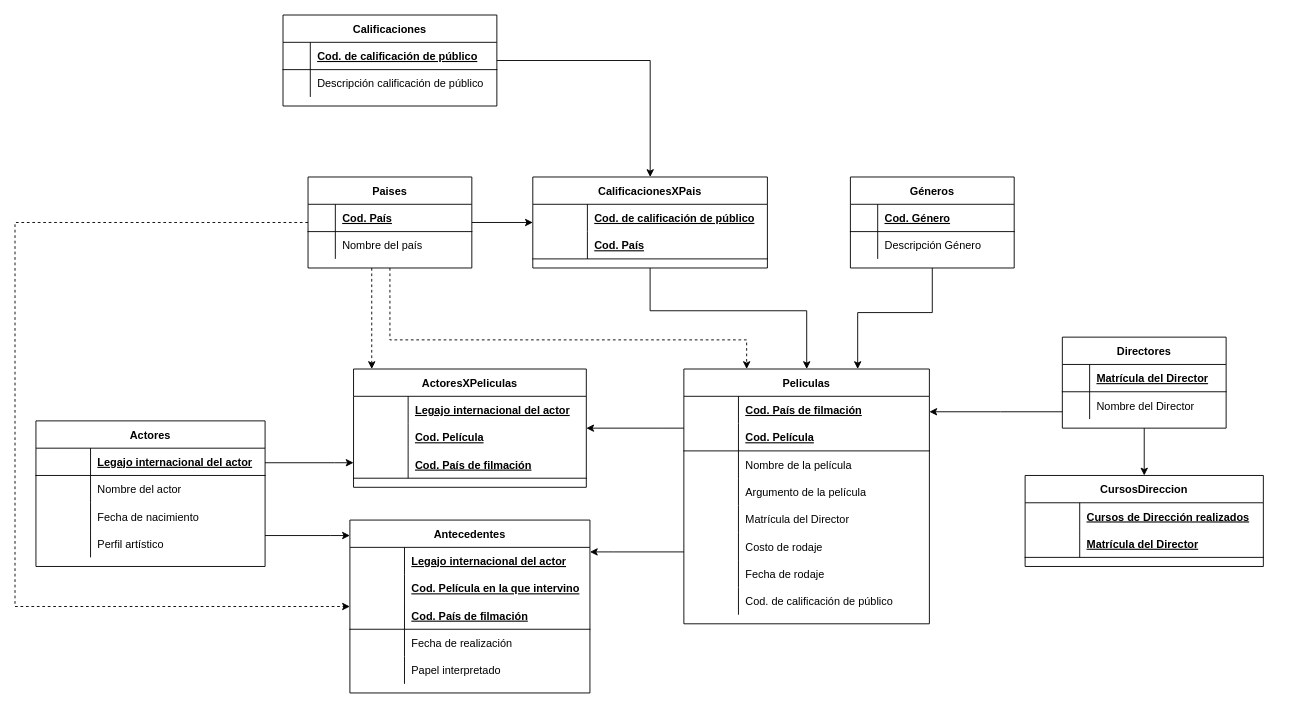
FedericoRocca/DyADDBB_1erCuatrimestre_2021 keeps this draw.io diagram as TPIII_Peliculas/2FN_Peliculas_Puyelli.drawio. Above is the earlier version. Source tidied: cells renumbered, new cells numbered last; positions are measured from the earlier drawing's top-left corner, leaving out a move shared by most shapes. Both pictures are drawn from the tidied source at 91%, with x=0, y=0 at pixel (15, 15).
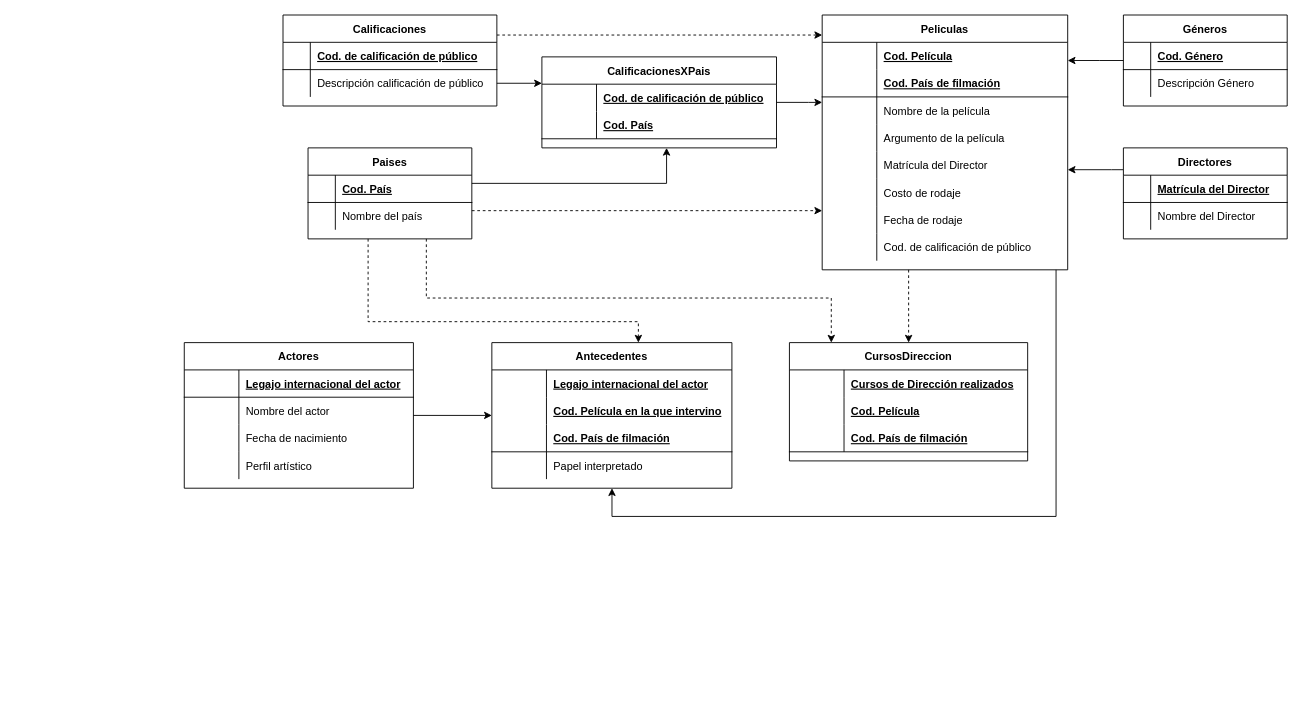
The same page after the edit.

Commit message:
2FN - saco campo MatriculaDirector en CursosDireccion

The change refers to these unchanged cells:
```xml
<mxCell id="5" style="shape=partialRectangle;fillColor=none;top=0;left=0;bottom=0;right=0;" parent="4" vertex="1">
  <mxGeometry y="30" width="269.8" height="30" as="geometry" />
</mxCell>
<mxCell id="8" style="shape=partialRectangle;fillColor=none;top=0;left=0;bottom=1;right=0;" parent="4" vertex="1">
  <mxGeometry y="60" width="269.8" height="30" as="geometry" />
</mxCell>
<mxCell id="96" value="Calificaciones" style="shape=table;startSize=30;childLayout=tableLayout;rowLines=0;fontStyle=1;align=center;" parent="1" vertex="1">
  <mxGeometry x="294.5" width="235" height="100" as="geometry" />
</mxCell>
```

Diff of the diagram source:
```diff
@@
-    <mxCell id="2" style="edgeStyle=orthogonalEdgeStyle;rounded=0;jettySize=auto;html=1;" parent="1" edge="1" source="4" target="111">
-      <mxGeometry relative="1" as="geometry">
-        <Array as="points">
-          <mxPoint x="712" y="454" />
-          <mxPoint x="712" y="454" />
-        </Array>
-      </mxGeometry>
-    </mxCell>
     <mxCell id="3" style="edgeStyle=orthogonalEdgeStyle;rounded=0;jettySize=auto;html=1;" parent="1" edge="1" source="4" target="51">
       <mxGeometry relative="1" as="geometry">
         <Array as="points">
-          <mxPoint x="658" y="590" />
-          <mxPoint x="658" y="590" />
+          <mxPoint x="1144" y="551" />
+          <mxPoint x="656" y="551" />
         </Array>
       </mxGeometry>
     </mxCell>
+    <mxCell id="121" style="edgeStyle=orthogonalEdgeStyle;rounded=0;jettySize=auto;html=1;dashed=1;" parent="1" edge="1" source="4" target="29">
+      <mxGeometry relative="1" as="geometry">
+        <Array as="points">
+          <mxPoint x="982" y="301" />
+          <mxPoint x="982" y="301" />
+        </Array>
+      </mxGeometry>
+    </mxCell>
     <mxCell id="4" value="Peliculas" style="shape=table;startSize=30;childLayout=tableLayout;rowLines=0;fontStyle=1;align=center;" parent="1" vertex="1">
-      <mxGeometry x="735" y="389" width="269.8" height="280" as="geometry" />
+      <mxGeometry x="887" width="269.8" height="280" as="geometry" />
     </mxCell>
@@
-    <mxCell id="7" value="Cod. País de filmación" style="shape=partialRectangle;fillColor=none;top=0;left=0;bottom=0;right=0;align=left;spacingLeft=6;fontStyle=5;overflow=hidden;" parent="5" vertex="1">
+    <mxCell id="7" value="Cod. Película" style="shape=partialRectangle;fillColor=none;top=0;left=0;bottom=0;right=0;align=left;spacingLeft=6;fontStyle=5;overflow=hidden;" parent="5" vertex="1">
       <mxGeometry x="60" width="209.8" height="30" as="geometry" />
     </mxCell>
@@
-    <mxCell id="10" value="Cod. Película" style="shape=partialRectangle;fillColor=none;top=0;left=0;bottom=0;right=0;align=left;spacingLeft=6;fontStyle=5;overflow=hidden;" parent="8" vertex="1">
+    <mxCell id="10" value="Cod. País de filmación" style="shape=partialRectangle;fillColor=none;top=0;left=0;bottom=0;right=0;align=left;spacingLeft=6;fontStyle=5;overflow=hidden;" parent="8" vertex="1">
       <mxGeometry x="60" width="209.8" height="30" as="geometry" />
     </mxCell>
@@
     <mxCell id="29" value="CursosDireccion" style="shape=table;startSize=30;childLayout=tableLayout;rowLines=0;fontStyle=1;align=center;" parent="1" vertex="1">
-      <mxGeometry x="1110" y="506" width="261.8" height="100" as="geometry" />
+      <mxGeometry x="851" y="360" width="261.8" height="130" as="geometry" />
     </mxCell>
@@
+    <mxCell id="122" style="shape=partialRectangle;fillColor=none;top=0;left=0;bottom=0;right=0;" parent="29" vertex="1">
+      <mxGeometry y="60" width="261.8" height="30" as="geometry" />
+    </mxCell>
+    <mxCell id="123" style="shape=partialRectangle;fillColor=none;top=0;left=0;bottom=0;right=0;fontStyle=1;overflow=hidden;" parent="122" vertex="1">
+      <mxGeometry width="60" height="30" as="geometry" />
+    </mxCell>
+    <mxCell id="117" value="Cod. Película" style="shape=partialRectangle;fillColor=none;top=0;left=0;bottom=0;right=0;align=left;spacingLeft=6;fontStyle=5;overflow=hidden;" parent="122" vertex="1">
+      <mxGeometry x="60" width="201.8" height="30" as="geometry" />
+    </mxCell>
     <mxCell id="33" style="shape=partialRectangle;fillColor=none;top=0;left=0;bottom=1;right=0;" parent="29" vertex="1">
-      <mxGeometry y="60" width="261.8" height="30" as="geometry" />
+      <mxGeometry y="90" width="261.8" height="30" as="geometry" />
     </mxCell>
@@
-    <mxCell id="35" value="Matrícula del Director" style="shape=partialRectangle;fillColor=none;top=0;left=0;bottom=0;right=0;align=left;spacingLeft=6;fontStyle=5;overflow=hidden;" parent="33" vertex="1">
+    <mxCell id="35" value="Cod. País de filmación" style="shape=partialRectangle;fillColor=none;top=0;left=0;bottom=0;right=0;align=left;spacingLeft=6;fontStyle=5;overflow=hidden;" parent="33" vertex="1">
       <mxGeometry x="60" width="201.8" height="30" as="geometry" />
     </mxCell>
-    <mxCell id="36" style="edgeStyle=orthogonalEdgeStyle;rounded=0;jettySize=auto;html=1;" parent="1" edge="1" source="38" target="111">
-      <mxGeometry relative="1" as="geometry">
-        <Array as="points">
-          <mxPoint x="351" y="492" />
-          <mxPoint x="351" y="492" />
-        </Array>
-      </mxGeometry>
-    </mxCell>
     <mxCell id="37" style="edgeStyle=orthogonalEdgeStyle;rounded=0;jettySize=auto;html=1;" parent="1" edge="1" source="38" target="51">
       <mxGeometry relative="1" as="geometry">
         <Array as="points">
-          <mxPoint x="347" y="572" />
-          <mxPoint x="347" y="572" />
+          <mxPoint x="355" y="439" />
+          <mxPoint x="355" y="439" />
         </Array>
       </mxGeometry>
     </mxCell>
     <mxCell id="38" value="Actores" style="shape=table;startSize=30;childLayout=tableLayout;rowLines=0;fontStyle=1;align=center;" parent="1" vertex="1">
-      <mxGeometry x="23" y="446" width="251.8" height="160" as="geometry" />
+      <mxGeometry x="186" y="360" width="251.8" height="160" as="geometry" />
     </mxCell>
@@
     <mxCell id="51" value="Antecedentes" style="shape=table;startSize=30;childLayout=tableLayout;rowLines=0;fontStyle=1;align=center;" parent="1" vertex="1">
-      <mxGeometry x="368" y="555" width="263.8" height="190" as="geometry" />
+      <mxGeometry x="524" y="360" width="263.8" height="160" as="geometry" />
     </mxCell>
@@
-    <mxCell id="61" style="shape=partialRectangle;fillColor=none;top=0;left=0;bottom=0;right=0;" parent="51" vertex="1">
-      <mxGeometry y="120" width="263.8" height="30" as="geometry" />
-    </mxCell>
-    <mxCell id="62" style="shape=partialRectangle;fillColor=none;top=0;left=0;bottom=0;right=0;overflow=hidden;" parent="61" vertex="1">
-      <mxGeometry width="60" height="30" as="geometry" />
-    </mxCell>
-    <mxCell id="63" value="Fecha de realización" style="shape=partialRectangle;fillColor=none;top=0;left=0;bottom=0;right=0;align=left;spacingLeft=6;overflow=hidden;" parent="61" vertex="1">
-      <mxGeometry x="60" width="203.8" height="30" as="geometry" />
-    </mxCell>
     <mxCell id="64" style="shape=partialRectangle;fillColor=none;top=0;left=0;bottom=0;right=0;" parent="51" vertex="1">
-      <mxGeometry y="150" width="263.8" height="30" as="geometry" />
+      <mxGeometry y="120" width="263.8" height="30" as="geometry" />
     </mxCell>
@@
     <mxCell id="67" style="edgeStyle=orthogonalEdgeStyle;rounded=0;jettySize=auto;html=1;" parent="1" edge="1" source="71" target="104">
-      <mxGeometry relative="1" as="geometry" />
+      <mxGeometry relative="1" as="geometry">
+        <Array as="points">
+          <mxPoint x="716" y="185" />
+        </Array>
+      </mxGeometry>
     </mxCell>
     <mxCell id="68" style="edgeStyle=orthogonalEdgeStyle;rounded=0;jettySize=auto;html=1;dashed=1;" parent="1" edge="1" source="71" target="4">
       <mxGeometry relative="1" as="geometry">
         <Array as="points">
-          <mxPoint x="412" y="357" />
-          <mxPoint x="804" y="357" />
+          <mxPoint x="695" y="215" />
+          <mxPoint x="695" y="215" />
         </Array>
       </mxGeometry>
     </mxCell>
-    <mxCell id="69" style="edgeStyle=orthogonalEdgeStyle;rounded=0;jettySize=auto;html=1;dashed=1;" parent="1" edge="1" source="71" target="111">
-      <mxGeometry relative="1" as="geometry">
-        <Array as="points">
-          <mxPoint x="392" y="307" />
-          <mxPoint x="392" y="307" />
-        </Array>
-      </mxGeometry>
-    </mxCell>
     <mxCell id="70" style="edgeStyle=orthogonalEdgeStyle;rounded=0;jettySize=auto;html=1;dashed=1;" parent="1" edge="1" source="71" target="51">
       <mxGeometry relative="1" as="geometry">
         <Array as="points">
-          <mxPoint y="228" />
-          <mxPoint y="650" />
+          <mxPoint x="388" y="337" />
+          <mxPoint x="685" y="337" />
         </Array>
       </mxGeometry>
     </mxCell>
+    <mxCell id="124" style="edgeStyle=orthogonalEdgeStyle;rounded=0;jettySize=auto;html=1;dashed=1;" parent="1" edge="1" source="71" target="29">
+      <mxGeometry relative="1" as="geometry">
+        <Array as="points">
+          <mxPoint x="452" y="311" />
+          <mxPoint x="897" y="311" />
+        </Array>
+      </mxGeometry>
+    </mxCell>
     <mxCell id="71" value="Paises" style="shape=table;startSize=30;childLayout=tableLayout;rowLines=0;fontStyle=1;align=center;" parent="1" vertex="1">
-      <mxGeometry x="322" y="178" width="180" height="100" as="geometry" />
+      <mxGeometry x="322" y="146" width="180" height="100" as="geometry" />
     </mxCell>
@@
     <mxCell id="78" style="edgeStyle=orthogonalEdgeStyle;rounded=0;jettySize=auto;html=1;" parent="1" edge="1" source="79" target="4">
       <mxGeometry relative="1" as="geometry">
         <Array as="points">
-          <mxPoint x="1008" y="327" />
-          <mxPoint x="926" y="327" />
+          <mxPoint x="1192" y="50" />
+          <mxPoint x="1192" y="50" />
         </Array>
       </mxGeometry>
     </mxCell>
     <mxCell id="79" value="Géneros" style="shape=table;startSize=30;childLayout=tableLayout;rowLines=0;fontStyle=1;align=center;" parent="1" vertex="1">
-      <mxGeometry x="918" y="178" width="180" height="100" as="geometry" />
+      <mxGeometry x="1218" width="180" height="100" as="geometry" />
     </mxCell>
@@
-    <mxCell id="86" style="edgeStyle=orthogonalEdgeStyle;rounded=0;jettySize=auto;html=1;" parent="1" edge="1" source="88" target="29">
-      <mxGeometry relative="1" as="geometry" />
-    </mxCell>
     <mxCell id="87" style="edgeStyle=orthogonalEdgeStyle;rounded=0;jettySize=auto;html=1;" parent="1" edge="1" source="88" target="4">
       <mxGeometry relative="1" as="geometry">
         <Array as="points">
-          <mxPoint x="1083" y="436" />
-          <mxPoint x="1083" y="436" />
+          <mxPoint x="1205" y="170" />
+          <mxPoint x="1205" y="170" />
         </Array>
       </mxGeometry>
     </mxCell>
     <mxCell id="88" value="Directores" style="shape=table;startSize=30;childLayout=tableLayout;rowLines=0;fontStyle=1;align=center;" parent="1" vertex="1">
-      <mxGeometry x="1150.9" y="354" width="180" height="100" as="geometry" />
+      <mxGeometry x="1218" y="146" width="180" height="100" as="geometry" />
     </mxCell>
@@
     <mxCell id="95" style="edgeStyle=orthogonalEdgeStyle;rounded=0;jettySize=auto;html=1;" parent="1" edge="1" source="96" target="104">
       <mxGeometry relative="1" as="geometry">
         <Array as="points">
-          <mxPoint x="698" y="50" />
+          <mxPoint x="566" y="75" />
+          <mxPoint x="566" y="75" />
         </Array>
       </mxGeometry>
     </mxCell>
+    <mxCell id="125" style="edgeStyle=orthogonalEdgeStyle;rounded=0;jettySize=auto;html=1;dashed=1;" parent="1" edge="1" source="96" target="4">
+      <mxGeometry relative="1" as="geometry">
+        <Array as="points">
+          <mxPoint x="692" y="22" />
+          <mxPoint x="692" y="22" />
+        </Array>
+      </mxGeometry>
+    </mxCell>
@@
     <mxCell id="103" style="edgeStyle=orthogonalEdgeStyle;rounded=0;jettySize=auto;html=1;" parent="1" edge="1" source="104" target="4">
       <mxGeometry relative="1" as="geometry">
         <Array as="points">
-          <mxPoint x="698" y="325" />
-          <mxPoint x="870" y="325" />
+          <mxPoint x="872" y="96" />
+          <mxPoint x="872" y="96" />
         </Array>
       </mxGeometry>
     </mxCell>
     <mxCell id="104" value="CalificacionesXPais" style="shape=table;startSize=30;childLayout=tableLayout;rowLines=0;fontStyle=1;align=center;" parent="1" vertex="1">
-      <mxGeometry x="569" y="178" width="257.8" height="100" as="geometry" />
+      <mxGeometry x="579" y="46" width="257.8" height="100" as="geometry" />
     </mxCell>
@@
-    <mxCell id="111" value="ActoresXPeliculas" style="shape=table;startSize=30;childLayout=tableLayout;rowLines=0;fontStyle=1;align=center;" parent="1" vertex="1">
-      <mxGeometry x="372" y="389" width="255.8" height="130" as="geometry" />
-    </mxCell>
-    <mxCell id="112" style="shape=partialRectangle;fillColor=none;top=0;left=0;bottom=0;right=0;" parent="111" vertex="1">
-      <mxGeometry y="30" width="255.8" height="30" as="geometry" />
-    </mxCell>
-    <mxCell id="113" style="shape=partialRectangle;fillColor=none;top=0;left=0;bottom=0;right=0;fontStyle=1;overflow=hidden;" parent="112" vertex="1">
-      <mxGeometry width="60" height="30" as="geometry" />
-    </mxCell>
-    <mxCell id="114" value="Legajo internacional del actor" style="shape=partialRectangle;fillColor=none;top=0;left=0;bottom=0;right=0;align=left;spacingLeft=6;fontStyle=5;overflow=hidden;" parent="112" vertex="1">
-      <mxGeometry x="60" width="195.8" height="30" as="geometry" />
-    </mxCell>
-    <mxCell id="115" style="shape=partialRectangle;fillColor=none;top=0;left=0;bottom=0;right=0;" parent="111" vertex="1">
-      <mxGeometry y="60" width="255.8" height="30" as="geometry" />
-    </mxCell>
-    <mxCell id="116" style="shape=partialRectangle;fillColor=none;top=0;left=0;bottom=0;right=0;fontStyle=1;overflow=hidden;" parent="115" vertex="1">
-      <mxGeometry width="60" height="30" as="geometry" />
-    </mxCell>
-    <mxCell id="117" value="Cod. Película" style="shape=partialRectangle;fillColor=none;top=0;left=0;bottom=0;right=0;align=left;spacingLeft=6;fontStyle=5;overflow=hidden;" parent="115" vertex="1">
-      <mxGeometry x="60" width="195.8" height="30" as="geometry" />
-    </mxCell>
-    <mxCell id="118" style="shape=partialRectangle;fillColor=none;top=0;left=0;bottom=1;right=0;" parent="111" vertex="1">
-      <mxGeometry y="90" width="255.8" height="30" as="geometry" />
-    </mxCell>
-    <mxCell id="119" style="shape=partialRectangle;fillColor=none;top=0;left=0;bottom=0;right=0;fontStyle=1;overflow=hidden;" parent="118" vertex="1">
-      <mxGeometry width="60" height="30" as="geometry" />
-    </mxCell>
-    <mxCell id="120" value="Cod. País de filmación" style="shape=partialRectangle;fillColor=none;top=0;left=0;bottom=0;right=0;align=left;spacingLeft=6;fontStyle=5;overflow=hidden;" parent="118" vertex="1">
-      <mxGeometry x="60" width="195.8" height="30" as="geometry" />
-    </mxCell>
```
